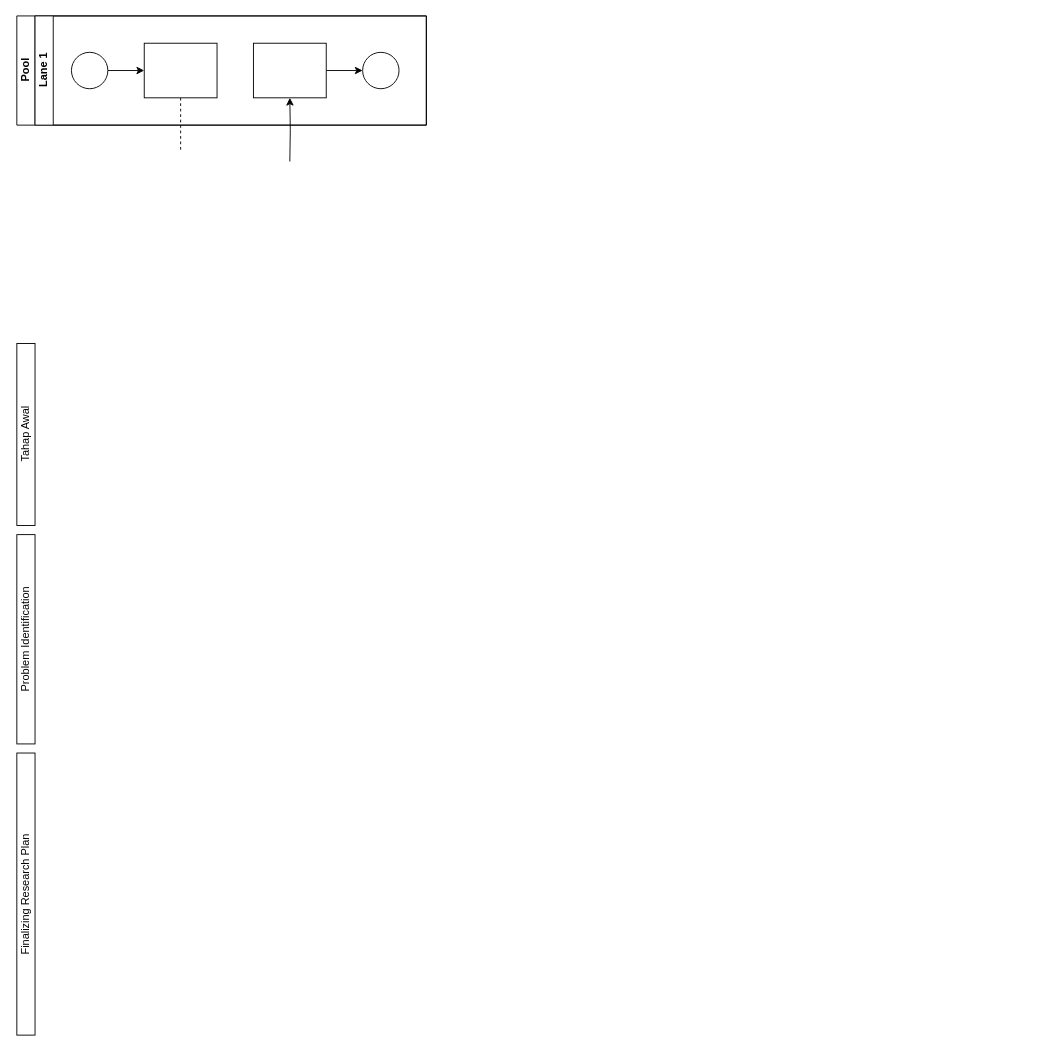
This is backend2/Diagram Tanpa Judul.drawio from Kachirikilu/IoT-Project-with-Node---React, a draw.io file, before an edit. Source tidied: cells renumbered, new cells numbered last; positions are measured from the earlier drawing's top-left corner, leaving out a move shared by most shapes. Both pictures are drawn from the tidied source at 91%, with x=0, y=0 at pixel (-49, 15).
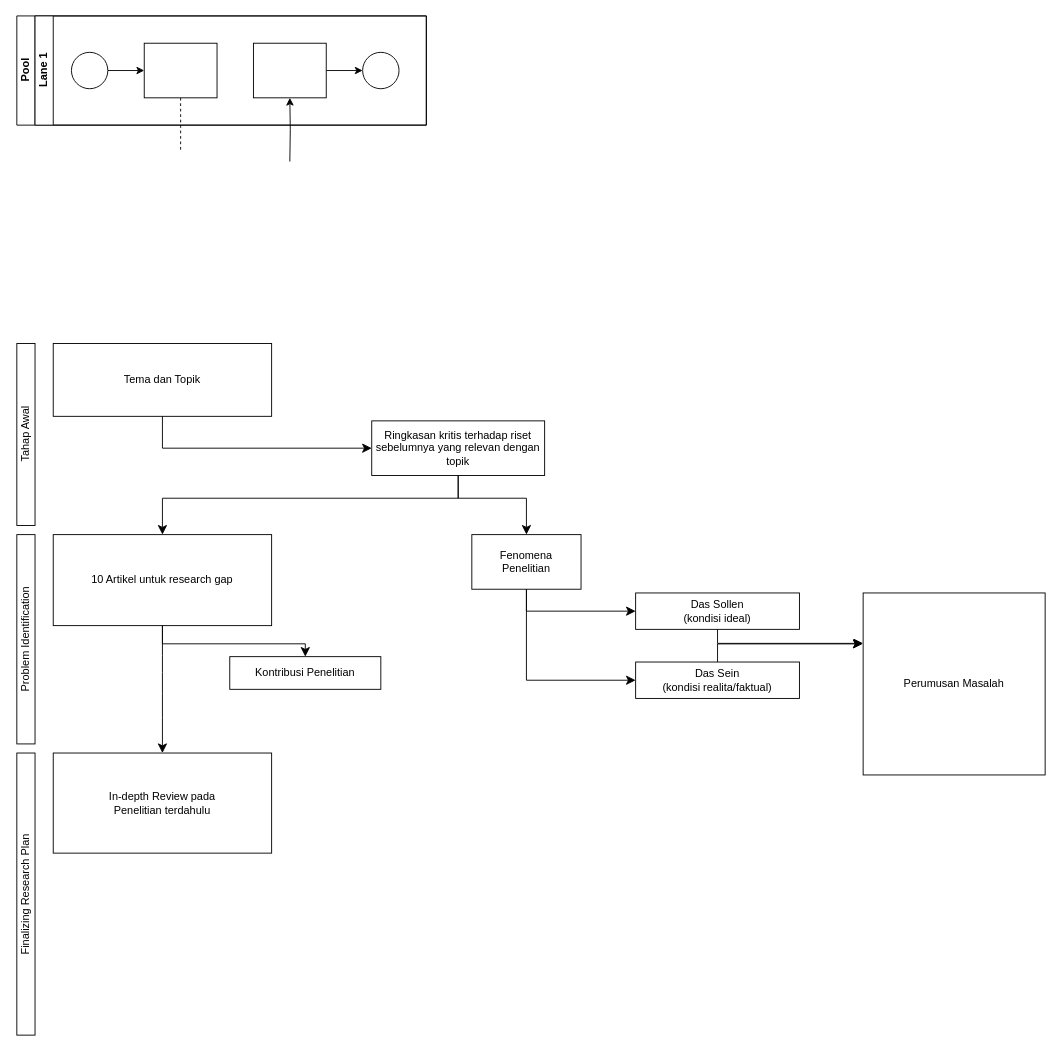
After the change.

Change to the diagram source:
```diff
@@
+    <mxCell id="18" value="Tema dan Topik" style="rounded=0;whiteSpace=wrap;html=1;" parent="1" vertex="1">
+      <mxGeometry x="112" y="360" width="240" height="80" as="geometry" />
+    </mxCell>
+    <mxCell id="19" value="Ringkasan kritis terhadap riset sebelumnya yang relevan dengan topik" style="rounded=0;whiteSpace=wrap;html=1;" parent="1" vertex="1">
+      <mxGeometry x="462" y="445" width="190" height="60" as="geometry" />
+    </mxCell>
+    <mxCell id="20" value="10 Artikel untuk research gap" style="rounded=0;whiteSpace=wrap;html=1;" parent="1" vertex="1">
+      <mxGeometry x="112" y="570" width="240" height="100" as="geometry" />
+    </mxCell>
+    <mxCell id="21" value="Fenomena&lt;div&gt;Penelitian&lt;/div&gt;" style="rounded=0;whiteSpace=wrap;html=1;" parent="1" vertex="1">
+      <mxGeometry x="572" y="570" width="120" height="60" as="geometry" />
+    </mxCell>
+    <mxCell id="22" style="edgeStyle=segmentEdgeStyle;endArrow=classic;html=1;curved=0;rounded=0;endSize=8;startSize=8;fontSize=12;exitX=0.5;exitY=1;exitDx=0;exitDy=0;entryX=0;entryY=0.5;entryDx=0;entryDy=0;" parent="1" edge="1" source="18" target="19">
+      <mxGeometry relative="1" as="geometry">
+        <Array as="points">
+          <mxPoint x="232" y="475" />
+        </Array>
+      </mxGeometry>
+    </mxCell>
+    <mxCell id="23" style="edgeStyle=elbowEdgeStyle;elbow=vertical;endArrow=classic;html=1;curved=0;rounded=0;endSize=8;startSize=8;fontSize=12;exitX=0.5;exitY=1;exitDx=0;exitDy=0;entryX=0.5;entryY=0;entryDx=0;entryDy=0;" parent="1" edge="1" source="19" target="20">
+      <mxGeometry relative="1" as="geometry">
+        <Array as="points">
+          <mxPoint x="472" y="530" />
+        </Array>
+      </mxGeometry>
+    </mxCell>
+    <mxCell id="24" value="Das Sollen&lt;div&gt;(kondisi ideal)&lt;/div&gt;" style="rounded=0;whiteSpace=wrap;html=1;" parent="1" vertex="1">
+      <mxGeometry x="752" y="634.1" width="180" height="40" as="geometry" />
+    </mxCell>
+    <mxCell id="25" value="Das Sein&lt;div&gt;(kondisi realita/faktual)&lt;/div&gt;" style="rounded=0;whiteSpace=wrap;html=1;" parent="1" vertex="1">
+      <mxGeometry x="752" y="710" width="180" height="40" as="geometry" />
+    </mxCell>
+    <mxCell id="26" style="edgeStyle=segmentEdgeStyle;endArrow=classic;html=1;curved=0;rounded=0;endSize=8;startSize=8;fontSize=12;exitX=0.5;exitY=1;exitDx=0;exitDy=0;entryX=0;entryY=0.5;entryDx=0;entryDy=0;" parent="1" edge="1" source="21" target="24">
+      <mxGeometry relative="1" as="geometry">
+        <Array as="points">
+          <mxPoint x="632" y="655" />
+        </Array>
+      </mxGeometry>
+    </mxCell>
+    <mxCell id="27" style="edgeStyle=elbowEdgeStyle;elbow=vertical;endArrow=classic;html=1;curved=0;rounded=0;endSize=8;startSize=8;fontSize=12;entryX=0;entryY=0.5;entryDx=0;entryDy=0;" parent="1" edge="1" target="25">
+      <mxGeometry relative="1" as="geometry">
+        <mxPoint x="632" y="630" as="sourcePoint" />
+        <Array as="points">
+          <mxPoint x="662" y="730" />
+        </Array>
+      </mxGeometry>
+    </mxCell>
+    <mxCell id="28" style="edgeStyle=elbowEdgeStyle;elbow=vertical;endArrow=classic;html=1;curved=0;rounded=0;endSize=8;startSize=8;fontSize=12;entryX=0.5;entryY=0;entryDx=0;entryDy=0;exitX=0.5;exitY=1;exitDx=0;exitDy=0;" parent="1" edge="1" source="19" target="21">
+      <mxGeometry relative="1" as="geometry">
+        <Array as="points">
+          <mxPoint x="592" y="530" />
+        </Array>
+      </mxGeometry>
+    </mxCell>
+    <mxCell id="29" value="Perumusan Masalah" style="rounded=0;whiteSpace=wrap;html=1;" parent="1" vertex="1">
+      <mxGeometry x="1002" y="634.1" width="200" height="200" as="geometry" />
+    </mxCell>
+    <mxCell id="30" style="edgeStyle=segmentEdgeStyle;endArrow=classic;html=1;curved=0;rounded=0;endSize=8;startSize=8;fontSize=12;exitX=0.5;exitY=0;exitDx=0;exitDy=0;entryX=-0.004;entryY=0.28;entryDx=0;entryDy=0;entryPerimeter=0;" parent="1" edge="1" source="25" target="29">
+      <mxGeometry relative="1" as="geometry">
+        <Array as="points">
+          <mxPoint x="842" y="690" />
+        </Array>
+      </mxGeometry>
+    </mxCell>
+    <mxCell id="31" style="edgeStyle=segmentEdgeStyle;endArrow=classic;html=1;curved=0;rounded=0;endSize=8;startSize=8;fontSize=12;exitX=0.5;exitY=1;exitDx=0;exitDy=0;entryX=0;entryY=0.277;entryDx=0;entryDy=0;entryPerimeter=0;" parent="1" edge="1" source="24" target="29">
+      <mxGeometry relative="1" as="geometry">
+        <Array as="points">
+          <mxPoint x="842" y="690" />
+          <mxPoint x="1002" y="690" />
+        </Array>
+      </mxGeometry>
+    </mxCell>
+    <mxCell id="32" value="Kontribusi Penelitian" style="rounded=0;whiteSpace=wrap;html=1;" parent="1" vertex="1">
+      <mxGeometry x="306" y="704.1" width="166" height="35.9" as="geometry" />
+    </mxCell>
+    <mxCell id="33" style="edgeStyle=segmentEdgeStyle;endArrow=classic;html=1;curved=0;rounded=0;endSize=8;startSize=8;fontSize=12;exitX=0.5;exitY=1;exitDx=0;exitDy=0;entryX=0.5;entryY=0;entryDx=0;entryDy=0;" parent="1" edge="1" source="20" target="32">
+      <mxGeometry relative="1" as="geometry">
+        <Array as="points">
+          <mxPoint x="232" y="690" />
+          <mxPoint x="389" y="690" />
+        </Array>
+      </mxGeometry>
+    </mxCell>
+    <mxCell id="34" value="In-depth Review pada&lt;div&gt;Penelitian terdahulu&lt;/div&gt;" style="rounded=0;whiteSpace=wrap;html=1;" parent="1" vertex="1">
+      <mxGeometry x="112" y="810" width="240" height="110" as="geometry" />
+    </mxCell>
+    <mxCell id="35" style="endArrow=classic;html=1;rounded=0;fontSize=12;startSize=8;endSize=8;curved=1;exitX=0.5;exitY=1;exitDx=0;exitDy=0;entryX=0.5;entryY=0;entryDx=0;entryDy=0;" parent="1" edge="1" source="20" target="34">
+      <mxGeometry relative="1" as="geometry" />
+    </mxCell>
```
